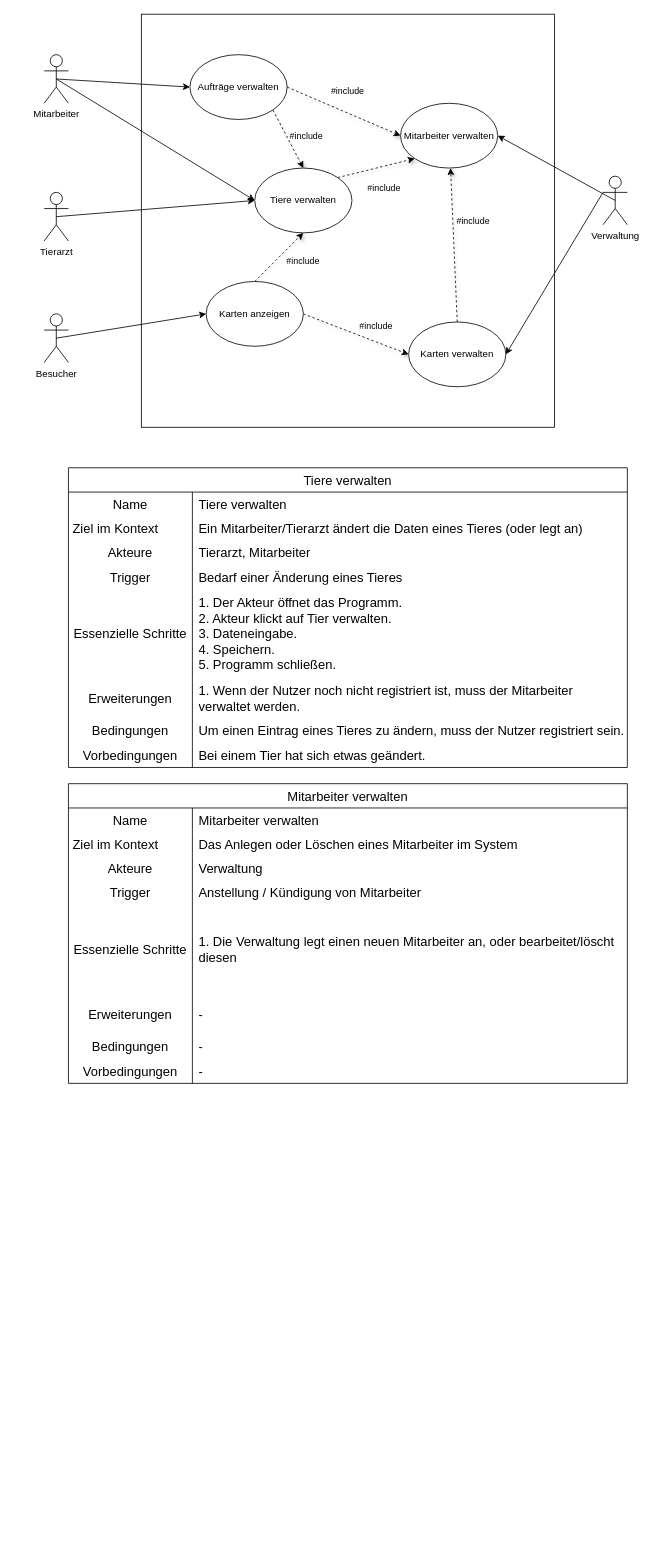
Above: files/Software Engineering/aufgaben/ElementorientierterAnsatzZooverwaltung.drawio in Fabiann2205/DHBW-Semester3 (draw.io), before the change. Source tidied: cells renumbered, new cells numbered last; positions are measured from the earlier drawing's top-left corner, leaving out a move shared by most shapes. Both pictures are drawn from the tidied source at 81%, with x=0, y=0 at pixel (44, 14).
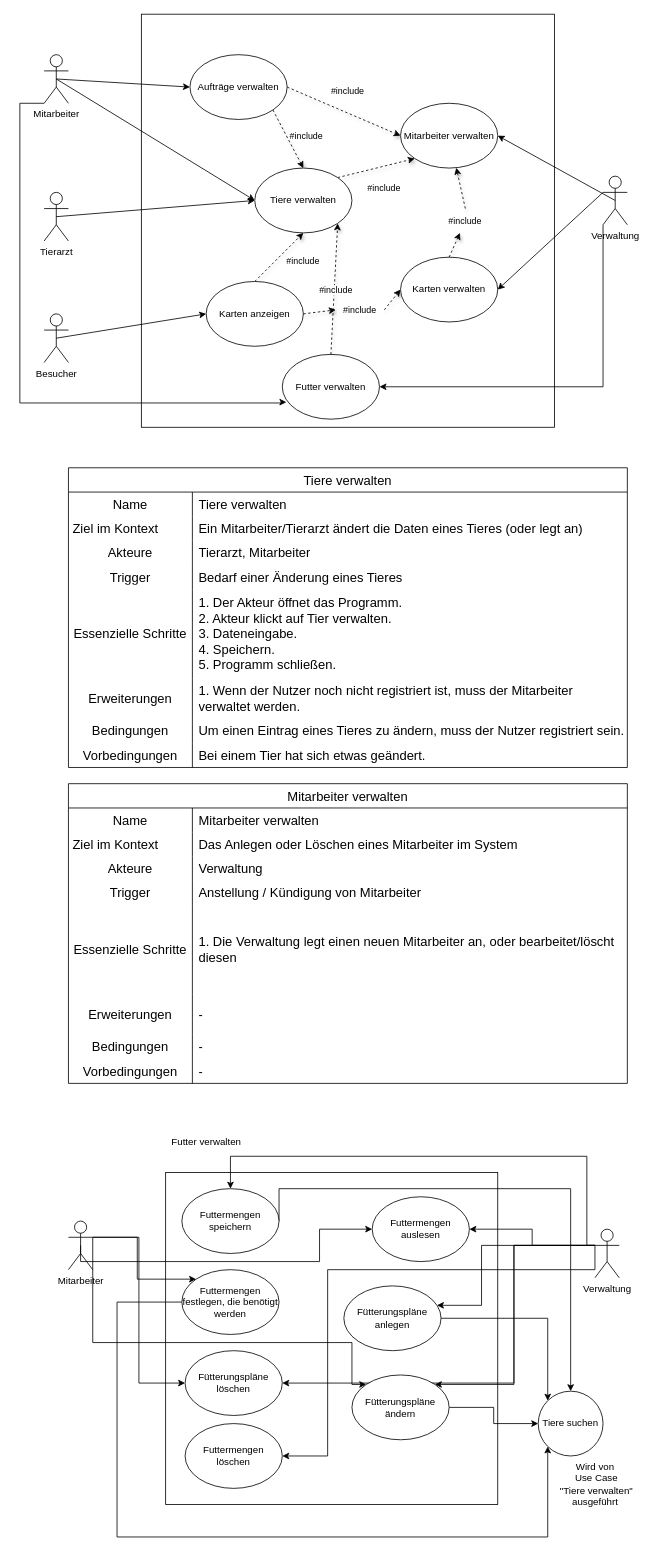
The same page after the edit.

The change refers to these unchanged cells:
```xml
<mxCell id="4" value="Verwaltung" style="shape=umlActor;verticalLabelPosition=bottom;verticalAlign=top;html=1;outlineConnect=0;" parent="1" vertex="1">
  <mxGeometry x="690" y="200" width="30" height="60" as="geometry" />
</mxCell>
<mxCell id="8" value="Mitarbeiter" style="shape=umlActor;verticalLabelPosition=bottom;verticalAlign=top;html=1;outlineConnect=0;" parent="1" vertex="1">
  <mxGeometry y="50" width="30" height="60" as="geometry" />
</mxCell>
<mxCell id="16" value="Mitarbeiter verwalten" style="ellipse;whiteSpace=wrap;html=1;" parent="1" vertex="1">
  <mxGeometry x="440" y="110" width="120" height="80" as="geometry" />
</mxCell>
<mxCell id="18" value="Tiere verwalten" style="ellipse;whiteSpace=wrap;html=1;" parent="1" vertex="1">
  <mxGeometry x="260" y="190" width="120" height="80" as="geometry" />
</mxCell>
<mxCell id="21" value="Karten anzeigen" style="ellipse;whiteSpace=wrap;html=1;" parent="1" vertex="1">
  <mxGeometry x="200" y="330" width="120" height="80" as="geometry" />
</mxCell>
```

Diff of the diagram source:
```diff
@@
+    <mxCell id="80" style="edgeStyle=orthogonalEdgeStyle;rounded=0;jettySize=auto;html=1;exitX=0;exitY=1;exitDx=0;exitDy=0;exitPerimeter=0;entryX=1;entryY=0.5;entryDx=0;entryDy=0;" parent="1" edge="1" source="4" target="82">
+      <mxGeometry relative="1" as="geometry" />
+    </mxCell>
@@
+    <mxCell id="81" style="edgeStyle=orthogonalEdgeStyle;rounded=0;jettySize=auto;html=1;exitX=0;exitY=1;exitDx=0;exitDy=0;exitPerimeter=0;entryX=0.042;entryY=0.738;entryDx=0;entryDy=0;entryPerimeter=0;" parent="1" edge="1" source="8" target="82">
+      <mxGeometry relative="1" as="geometry">
+        <Array as="points">
+          <mxPoint x="-30" y="110" />
+          <mxPoint x="-30" y="480" />
+          <mxPoint x="294" y="480" />
+          <mxPoint x="294" y="479" />
+        </Array>
+      </mxGeometry>
+    </mxCell>
@@
-    <mxCell id="19" style="edgeStyle=none;shape=connector;rounded=0;jettySize=auto;html=1;exitX=1;exitY=0.5;exitDx=0;exitDy=0;entryX=0;entryY=0.5;entryDx=0;entryDy=0;shadow=1;dashed=1;labelBackgroundColor=default;strokeColor=default;align=center;verticalAlign=middle;fontFamily=Helvetica;fontSize=11;fontColor=default;endArrow=classic;" parent="1" edge="1" source="21" target="23">
+    <mxCell id="19" style="edgeStyle=none;shape=connector;rounded=0;jettySize=auto;html=1;exitX=1;exitY=0.5;exitDx=0;exitDy=0;entryX=0;entryY=0.5;entryDx=0;entryDy=0;shadow=1;dashed=1;labelBackgroundColor=default;strokeColor=default;align=center;verticalAlign=middle;fontFamily=Helvetica;fontSize=11;fontColor=default;endArrow=classic;" parent="1" edge="1" source="29" target="23">
       <mxGeometry relative="1" as="geometry" />
     </mxCell>
@@
-    <mxCell id="22" style="edgeStyle=none;shape=connector;rounded=0;jettySize=auto;html=1;exitX=0.5;exitY=0;exitDx=0;exitDy=0;shadow=1;dashed=1;labelBackgroundColor=default;strokeColor=default;align=center;verticalAlign=middle;fontFamily=Helvetica;fontSize=11;fontColor=default;endArrow=classic;" parent="1" edge="1" source="23" target="16">
+    <mxCell id="22" style="edgeStyle=none;shape=connector;rounded=0;jettySize=auto;html=1;exitX=0.5;exitY=0;exitDx=0;exitDy=0;shadow=1;dashed=1;labelBackgroundColor=default;strokeColor=default;align=center;verticalAlign=middle;fontFamily=Helvetica;fontSize=11;fontColor=default;endArrow=classic;" parent="1" edge="1" source="27" target="16">
       <mxGeometry relative="1" as="geometry" />
     </mxCell>
     <mxCell id="23" value="Karten verwalten" style="ellipse;whiteSpace=wrap;html=1;" parent="1" vertex="1">
-      <mxGeometry x="450" y="380" width="120" height="80" as="geometry" />
+      <mxGeometry x="440" y="300" width="120" height="80" as="geometry" />
     </mxCell>
@@
-    <mxCell id="27" value="#include" style="text;html=1;strokeColor=none;fillColor=none;align=center;verticalAlign=middle;whiteSpace=wrap;rounded=0;fontSize=11;fontFamily=Helvetica;fontColor=default;" parent="1" vertex="1">
-      <mxGeometry x="500" y="240" width="60" height="30" as="geometry" />
-    </mxCell>
@@
-    <mxCell id="29" value="#include" style="text;html=1;strokeColor=none;fillColor=none;align=center;verticalAlign=middle;whiteSpace=wrap;rounded=0;fontSize=11;fontFamily=Helvetica;fontColor=default;" parent="1" vertex="1">
-      <mxGeometry x="380" y="370" width="60" height="30" as="geometry" />
-    </mxCell>
@@
+    <mxCell id="82" value="Futter verwalten" style="ellipse;whiteSpace=wrap;html=1;" parent="1" vertex="1">
+      <mxGeometry x="294" y="420" width="120" height="80" as="geometry" />
+    </mxCell>
+    <mxCell id="83" style="edgeStyle=none;shape=connector;rounded=0;jettySize=auto;html=1;exitX=1;exitY=0.5;exitDx=0;exitDy=0;entryX=0;entryY=0.5;entryDx=0;entryDy=0;shadow=1;dashed=1;labelBackgroundColor=default;strokeColor=default;align=center;verticalAlign=middle;fontFamily=Helvetica;fontSize=11;fontColor=default;endArrow=classic;" parent="1" edge="1" source="21" target="29">
+      <mxGeometry relative="1" as="geometry" />
+    </mxCell>
+    <mxCell id="29" value="#include" style="text;html=1;strokeColor=none;fillColor=none;align=center;verticalAlign=middle;whiteSpace=wrap;rounded=0;fontSize=11;fontFamily=Helvetica;fontColor=default;" parent="1" vertex="1">
+      <mxGeometry x="360" y="350" width="60" height="30" as="geometry" />
+    </mxCell>
+    <mxCell id="84" style="edgeStyle=none;shape=connector;rounded=0;jettySize=auto;html=1;exitX=0.5;exitY=0;exitDx=0;exitDy=0;shadow=1;dashed=1;labelBackgroundColor=default;strokeColor=default;align=center;verticalAlign=middle;fontFamily=Helvetica;fontSize=11;fontColor=default;endArrow=classic;" parent="1" edge="1" source="23" target="27">
+      <mxGeometry relative="1" as="geometry" />
+    </mxCell>
+    <mxCell id="27" value="#include" style="text;html=1;strokeColor=none;fillColor=none;align=center;verticalAlign=middle;whiteSpace=wrap;rounded=0;fontSize=11;fontFamily=Helvetica;fontColor=default;" parent="1" vertex="1">
+      <mxGeometry x="490" y="240" width="60" height="30" as="geometry" />
+    </mxCell>
+    <mxCell id="85" style="edgeStyle=none;shape=connector;rounded=0;jettySize=auto;html=1;exitX=0.5;exitY=0;exitDx=0;exitDy=0;entryX=1;entryY=1;entryDx=0;entryDy=0;shadow=1;dashed=1;labelBackgroundColor=default;strokeColor=default;align=center;verticalAlign=middle;fontFamily=Helvetica;fontSize=11;fontColor=default;endArrow=classic;" parent="1" edge="1" source="82" target="18">
+      <mxGeometry relative="1" as="geometry" />
+    </mxCell>
+    <mxCell id="86" value="#include" style="edgeLabel;html=1;align=center;verticalAlign=middle;" parent="85" vertex="1">
+      <mxGeometry x="-0.01" y="-1" relative="1" as="geometry" />
+    </mxCell>
+    <mxCell id="87" value="Futter verwalten" style="text;html=1;align=center;verticalAlign=middle;strokeColor=none;fillColor=none;" parent="1" vertex="1">
+      <mxGeometry x="145" y="1378" width="110" height="30" as="geometry" />
+    </mxCell>
+    <mxCell id="88" style="whiteSpace=wrap;html=1;" parent="1" vertex="1">
+      <mxGeometry x="150" y="1430" width="410" height="410" as="geometry" />
+    </mxCell>
+    <mxCell id="89" style="edgeStyle=orthogonalEdgeStyle;rounded=0;jettySize=auto;html=1;exitX=0.5;exitY=0.5;exitDx=0;exitDy=0;exitPerimeter=0;entryX=0;entryY=0.5;entryDx=0;entryDy=0;" parent="1" edge="1" source="93" target="103">
+      <mxGeometry relative="1" as="geometry">
+        <Array as="points">
+          <mxPoint x="45" y="1540" />
+          <mxPoint x="340" y="1540" />
+          <mxPoint x="340" y="1500" />
+        </Array>
+      </mxGeometry>
+    </mxCell>
+    <mxCell id="90" style="edgeStyle=orthogonalEdgeStyle;rounded=0;jettySize=auto;html=1;exitX=1;exitY=0.3333333333333333;exitDx=0;exitDy=0;exitPerimeter=0;entryX=0;entryY=0.5;entryDx=0;entryDy=0;" parent="1" edge="1" source="93" target="110">
+      <mxGeometry relative="1" as="geometry" />
+    </mxCell>
+    <mxCell id="91" style="edgeStyle=orthogonalEdgeStyle;rounded=0;jettySize=auto;html=1;exitX=1;exitY=0.3333333333333333;exitDx=0;exitDy=0;exitPerimeter=0;entryX=0;entryY=0;entryDx=0;entryDy=0;" parent="1" edge="1" source="93" target="105">
+      <mxGeometry relative="1" as="geometry" />
+    </mxCell>
+    <mxCell id="92" style="edgeStyle=orthogonalEdgeStyle;rounded=0;jettySize=auto;html=1;exitX=1;exitY=0.3333333333333333;exitDx=0;exitDy=0;exitPerimeter=0;entryX=0;entryY=0;entryDx=0;entryDy=0;" parent="1" edge="1" source="93" target="109">
+      <mxGeometry relative="1" as="geometry">
+        <Array as="points">
+          <mxPoint x="60" y="1640" />
+          <mxPoint x="380" y="1640" />
+          <mxPoint x="380" y="1692" />
+        </Array>
+      </mxGeometry>
+    </mxCell>
+    <mxCell id="93" value="Mitarbeiter" style="shape=umlActor;verticalLabelPosition=bottom;verticalAlign=top;html=1;outlineConnect=0;" parent="1" vertex="1">
+      <mxGeometry x="30" y="1490" width="30" height="60" as="geometry" />
+    </mxCell>
+    <mxCell id="94" style="edgeStyle=orthogonalEdgeStyle;rounded=0;jettySize=auto;html=1;exitX=0;exitY=0.3333333333333333;exitDx=0;exitDy=0;exitPerimeter=0;entryX=0.5;entryY=0;entryDx=0;entryDy=0;" parent="1" edge="1" source="99" target="102">
+      <mxGeometry relative="1" as="geometry">
+        <Array as="points">
+          <mxPoint x="670" y="1520" />
+          <mxPoint x="670" y="1410" />
+          <mxPoint x="230" y="1410" />
+        </Array>
+      </mxGeometry>
+    </mxCell>
+    <mxCell id="95" style="edgeStyle=orthogonalEdgeStyle;rounded=0;jettySize=auto;html=1;exitX=0;exitY=0.3333333333333333;exitDx=0;exitDy=0;exitPerimeter=0;entryX=1;entryY=0.5;entryDx=0;entryDy=0;" parent="1" edge="1" source="99" target="103">
+      <mxGeometry relative="1" as="geometry" />
+    </mxCell>
+    <mxCell id="96" style="edgeStyle=orthogonalEdgeStyle;rounded=0;jettySize=auto;html=1;exitX=0;exitY=0.3333333333333333;exitDx=0;exitDy=0;exitPerimeter=0;entryX=1;entryY=0;entryDx=0;entryDy=0;" parent="1" edge="1" source="99" target="109">
+      <mxGeometry relative="1" as="geometry">
+        <Array as="points">
+          <mxPoint x="580" y="1520" />
+          <mxPoint x="580" y="1692" />
+        </Array>
+      </mxGeometry>
+    </mxCell>
+    <mxCell id="97" style="edgeStyle=orthogonalEdgeStyle;rounded=0;jettySize=auto;html=1;exitX=0;exitY=0.3333333333333333;exitDx=0;exitDy=0;exitPerimeter=0;entryX=1;entryY=0.5;entryDx=0;entryDy=0;" parent="1" edge="1" source="99" target="110">
+      <mxGeometry relative="1" as="geometry">
+        <Array as="points">
+          <mxPoint x="580" y="1520" />
+          <mxPoint x="580" y="1690" />
+        </Array>
+      </mxGeometry>
+    </mxCell>
+    <mxCell id="98" style="edgeStyle=orthogonalEdgeStyle;rounded=0;jettySize=auto;html=1;exitX=0;exitY=0.3333333333333333;exitDx=0;exitDy=0;exitPerimeter=0;entryX=1;entryY=0.5;entryDx=0;entryDy=0;" parent="1" edge="1" source="99" target="111">
+      <mxGeometry relative="1" as="geometry">
+        <Array as="points">
+          <mxPoint x="680" y="1550" />
+          <mxPoint x="350" y="1550" />
+          <mxPoint x="350" y="1780" />
+        </Array>
+      </mxGeometry>
+    </mxCell>
+    <mxCell id="99" value="Verwaltung" style="shape=umlActor;verticalLabelPosition=bottom;verticalAlign=top;html=1;outlineConnect=0;" parent="1" vertex="1">
+      <mxGeometry x="680" y="1500" width="30" height="60" as="geometry" />
+    </mxCell>
+    <mxCell id="100" value="Tiere suchen" style="ellipse;whiteSpace=wrap;html=1;" parent="1" vertex="1">
+      <mxGeometry x="610" y="1700" width="80" height="80" as="geometry" />
+    </mxCell>
+    <mxCell id="101" style="edgeStyle=orthogonalEdgeStyle;rounded=0;jettySize=auto;html=1;exitX=1;exitY=0.5;exitDx=0;exitDy=0;entryX=0.5;entryY=0;entryDx=0;entryDy=0;" parent="1" edge="1" source="102" target="100">
+      <mxGeometry relative="1" as="geometry">
+        <Array as="points">
+          <mxPoint x="290" y="1450" />
+          <mxPoint x="650" y="1450" />
+        </Array>
+      </mxGeometry>
+    </mxCell>
+    <mxCell id="102" value="Futtermengen speichern" style="ellipse;whiteSpace=wrap;html=1;" parent="1" vertex="1">
+      <mxGeometry x="170" y="1450" width="120" height="80" as="geometry" />
+    </mxCell>
+    <mxCell id="103" value="Futtermengen auslesen" style="ellipse;whiteSpace=wrap;html=1;" parent="1" vertex="1">
+      <mxGeometry x="405" y="1460" width="120" height="80" as="geometry" />
+    </mxCell>
+    <mxCell id="104" style="edgeStyle=orthogonalEdgeStyle;rounded=0;jettySize=auto;html=1;exitX=0;exitY=0.5;exitDx=0;exitDy=0;entryX=0;entryY=1;entryDx=0;entryDy=0;" parent="1" edge="1" source="105" target="100">
+      <mxGeometry relative="1" as="geometry">
+        <Array as="points">
+          <mxPoint x="90" y="1590" />
+          <mxPoint x="90" y="1880" />
+          <mxPoint x="622" y="1880" />
+        </Array>
+      </mxGeometry>
+    </mxCell>
+    <mxCell id="105" value="Futtermengen festlegen, die benötigt werden" style="ellipse;whiteSpace=wrap;html=1;" parent="1" vertex="1">
+      <mxGeometry x="170" y="1550" width="120" height="80" as="geometry" />
+    </mxCell>
+    <mxCell id="106" style="edgeStyle=orthogonalEdgeStyle;rounded=0;jettySize=auto;html=1;exitX=1;exitY=0.5;exitDx=0;exitDy=0;entryX=0;entryY=0;entryDx=0;entryDy=0;" parent="1" edge="1" source="107" target="100">
+      <mxGeometry relative="1" as="geometry" />
+    </mxCell>
+    <mxCell id="107" value="Fütterungspläne anlegen" style="ellipse;whiteSpace=wrap;html=1;" parent="1" vertex="1">
+      <mxGeometry x="370" y="1570" width="120" height="80" as="geometry" />
+    </mxCell>
+    <mxCell id="108" style="edgeStyle=orthogonalEdgeStyle;rounded=0;jettySize=auto;html=1;exitX=1;exitY=0.5;exitDx=0;exitDy=0;" parent="1" edge="1" source="109" target="100">
+      <mxGeometry relative="1" as="geometry" />
+    </mxCell>
+    <mxCell id="109" value="Fütterungspläne ändern" style="ellipse;whiteSpace=wrap;html=1;" parent="1" vertex="1">
+      <mxGeometry x="380" y="1680" width="120" height="80" as="geometry" />
+    </mxCell>
+    <mxCell id="110" value="Fütterungspläne löschen" style="ellipse;whiteSpace=wrap;html=1;" parent="1" vertex="1">
+      <mxGeometry x="174" y="1650" width="120" height="80" as="geometry" />
+    </mxCell>
+    <mxCell id="111" value="Futtermengen löschen" style="ellipse;whiteSpace=wrap;html=1;" parent="1" vertex="1">
+      <mxGeometry x="174" y="1740" width="120" height="80" as="geometry" />
+    </mxCell>
+    <mxCell id="112" style="edgeStyle=orthogonalEdgeStyle;rounded=0;jettySize=auto;html=1;exitX=0;exitY=0.3333333333333333;exitDx=0;exitDy=0;exitPerimeter=0;entryX=0.958;entryY=0.3;entryDx=0;entryDy=0;entryPerimeter=0;" parent="1" edge="1" source="99" target="107">
+      <mxGeometry relative="1" as="geometry">
+        <Array as="points">
+          <mxPoint x="540" y="1520" />
+          <mxPoint x="540" y="1594" />
+        </Array>
+      </mxGeometry>
+    </mxCell>
+    <mxCell id="113" value="Wird von&lt;br&gt;&amp;nbsp;Use Case&lt;br&gt;&amp;nbsp;&quot;Tiere verwalten&quot; &lt;br&gt;ausgeführt" style="text;html=1;align=center;verticalAlign=middle;strokeColor=none;fillColor=none;" parent="1" vertex="1">
+      <mxGeometry x="620" y="1780" width="120" height="70" as="geometry" />
+    </mxCell>
```
